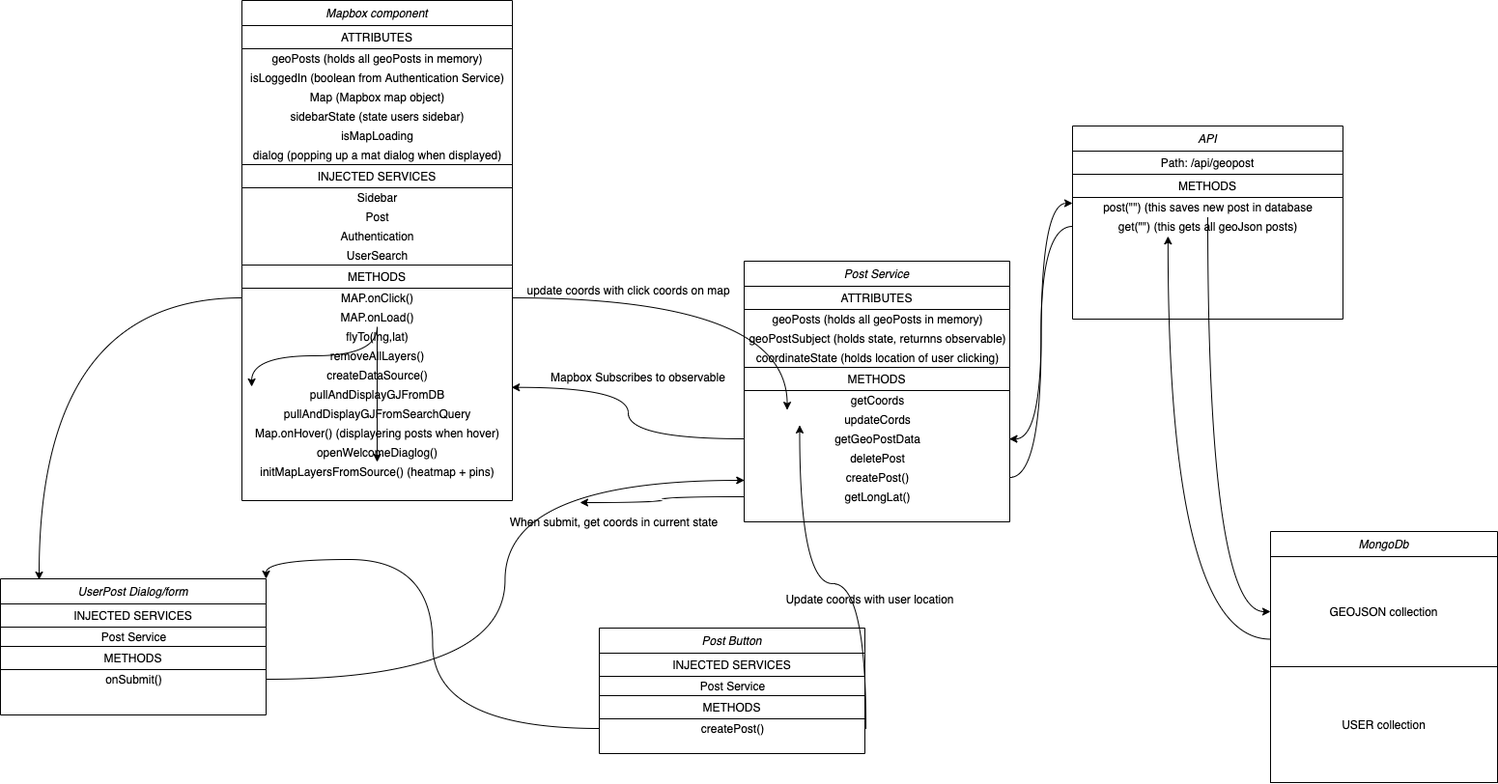
Above: supporting_images/post.png in edysfy/Group_website (draw.io), before the change. Source tidied: cells renumbered, new cells last; positions are measured from the earlier drawing's top-left corner, leaving out a move shared by most shapes.
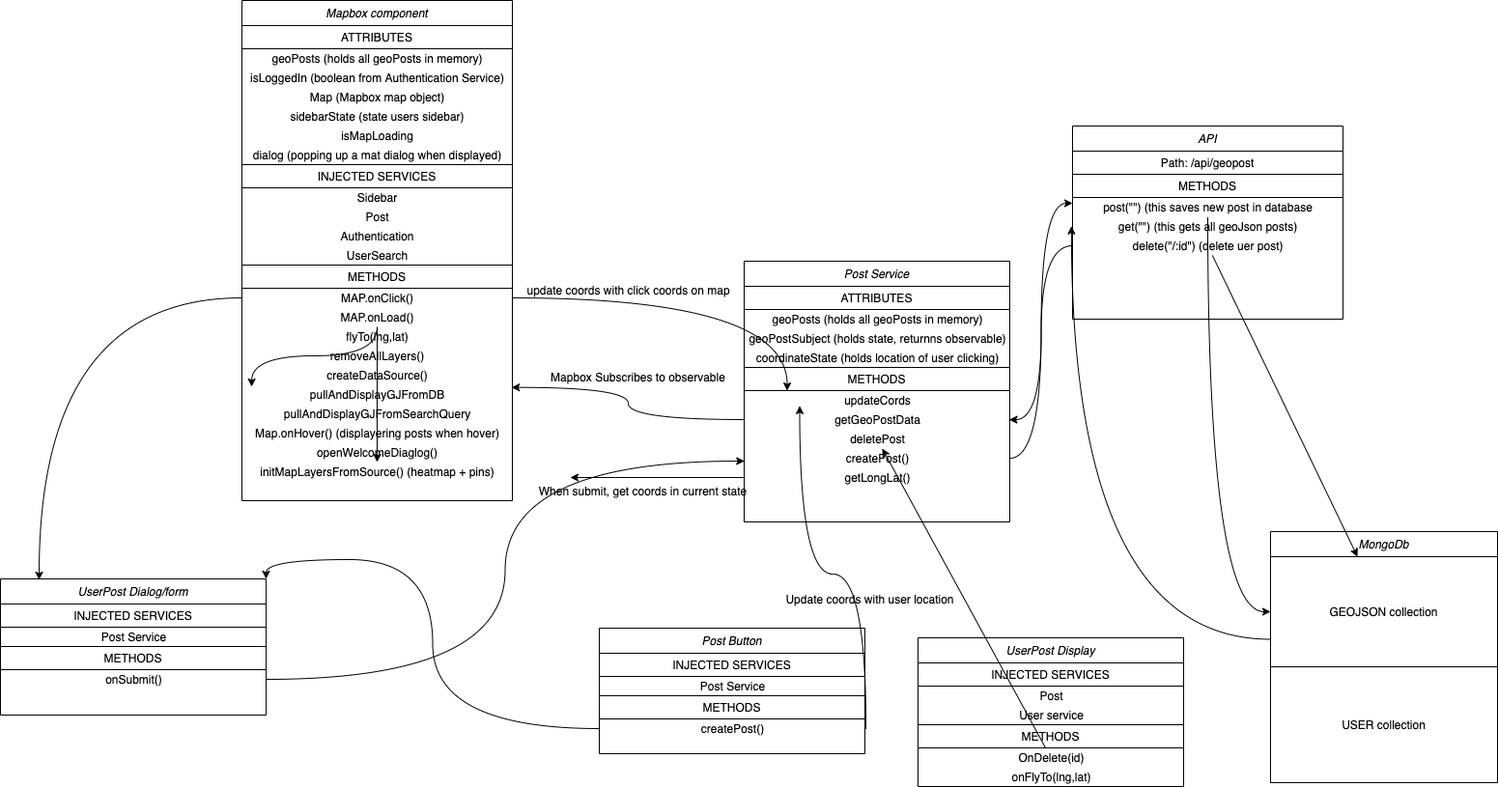
After the commit.

The edit, as a diff of the source:
```diff
@@ -20,23 +20,20 @@
     <mxCell id="7" value="METHODS" style="whiteSpace=wrap;html=1;align=center;" parent="2" vertex="1">
       <mxGeometry y="110" width="275" height="24" as="geometry" />
     </mxCell>
-    <mxCell id="8" value="getCoords" style="text;html=1;align=center;verticalAlign=middle;strokeColor=none;" parent="2" vertex="1">
-      <mxGeometry y="134" width="275" height="20" as="geometry" />
-    </mxCell>
     <mxCell id="9" value="updateCords" style="text;html=1;align=center;verticalAlign=middle;points=[];strokeColor=none;" parent="2" vertex="1">
-      <mxGeometry y="154" width="275" height="20" as="geometry" />
+      <mxGeometry y="134" width="275" height="20" as="geometry" />
     </mxCell>
     <mxCell id="10" value="getGeoPostData" style="text;html=1;align=center;verticalAlign=middle;points=[];strokeColor=none;" parent="2" vertex="1">
-      <mxGeometry y="174" width="275" height="20" as="geometry" />
+      <mxGeometry y="154" width="275" height="20" as="geometry" />
     </mxCell>
     <mxCell id="11" value="deletePost" style="text;html=1;align=center;verticalAlign=middle;points=[];strokeColor=none;" parent="2" vertex="1">
-      <mxGeometry y="194" width="275" height="20" as="geometry" />
+      <mxGeometry y="174" width="275" height="20" as="geometry" />
     </mxCell>
     <mxCell id="12" value="createPost()" style="text;html=1;align=center;verticalAlign=middle;points=[];strokeColor=none;" parent="2" vertex="1">
-      <mxGeometry y="214" width="275" height="20" as="geometry" />
+      <mxGeometry y="194" width="275" height="20" as="geometry" />
     </mxCell>
     <mxCell id="13" value="getLongLat()" style="text;html=1;align=center;verticalAlign=middle;points=[];strokeColor=none;" parent="2" vertex="1">
-      <mxGeometry y="234" width="275" height="20" as="geometry" />
+      <mxGeometry y="214" width="275" height="20" as="geometry" />
     </mxCell>
     <mxCell id="14" value="API" style="swimlane;fontStyle=2;align=center;verticalAlign=top;horizontal=1;startSize=26;rounded=0;shadow=0;strokeWidth=1;" parent="1" vertex="1">
       <mxGeometry x="1110" y="130" width="280" height="200" as="geometry" />
@@ -50,6 +47,12 @@
     <mxCell id="17" value="post(&quot;&quot;) (this saves new post in database" style="text;html=1;align=center;verticalAlign=middle;points=[];strokeColor=none;" parent="14" vertex="1">
       <mxGeometry y="74" width="280" height="20" as="geometry" />
     </mxCell>
+    <mxCell id="73" value="get(&quot;&quot;) (this gets all geoJson posts)" style="text;html=1;align=center;verticalAlign=middle;points=[];strokeColor=none;" parent="14" vertex="1">
+      <mxGeometry y="94" width="280" height="20" as="geometry" />
+    </mxCell>
+    <mxCell id="56" value="delete(&quot;/:id&quot;) (delete uer post)" style="text;html=1;align=center;verticalAlign=middle;points=[];strokeColor=none;" parent="14" vertex="1">
+      <mxGeometry y="114" width="280" height="20" as="geometry" />
+    </mxCell>
     <mxCell id="18" value="MongoDb" style="swimlane;fontStyle=2;align=center;verticalAlign=top;horizontal=1;startSize=26;rounded=0;shadow=0;strokeWidth=1;" parent="1" vertex="1">
       <mxGeometry x="1315" y="550" width="235" height="260" as="geometry" />
     </mxCell>
@@ -158,15 +161,12 @@
     <mxCell id="53" style="edgeStyle=orthogonalEdgeStyle;curved=1;rounded=0;jettySize=auto;html=1;entryX=0;entryY=0.5;entryDx=0;entryDy=0;align=center;" parent="1" edge="1" source="17" target="19">
       <mxGeometry relative="1" as="geometry" />
     </mxCell>
-    <mxCell id="54" style="edgeStyle=orthogonalEdgeStyle;curved=1;rounded=0;jettySize=auto;html=1;exitX=0;exitY=0.75;exitDx=0;exitDy=0;entryX=0.353;entryY=1.007;entryDx=0;entryDy=0;entryPerimeter=0;align=center;" parent="1" edge="1" source="19" target="56">
+    <mxCell id="54" style="edgeStyle=orthogonalEdgeStyle;curved=1;rounded=0;jettySize=auto;html=1;exitX=0;exitY=0.75;exitDx=0;exitDy=0;entryX=-0.004;entryY=0.486;entryDx=0;entryDy=0;entryPerimeter=0;align=center;" parent="1" edge="1" source="19" target="73">
       <mxGeometry relative="1" as="geometry" />
     </mxCell>
     <mxCell id="55" style="edgeStyle=orthogonalEdgeStyle;curved=1;rounded=0;jettySize=auto;html=1;entryX=0.998;entryY=0.507;entryDx=0;entryDy=0;entryPerimeter=0;align=center;" parent="1" edge="1" source="56" target="10">
       <mxGeometry relative="1" as="geometry" />
     </mxCell>
-    <mxCell id="56" value="get(&quot;&quot;) (this gets all geoJson posts)" style="text;html=1;align=center;verticalAlign=middle;points=[];strokeColor=none;" parent="1" vertex="1">
-      <mxGeometry x="1110" y="224" width="280" height="20" as="geometry" />
-    </mxCell>
     <mxCell id="57" style="edgeStyle=orthogonalEdgeStyle;curved=1;rounded=0;jettySize=auto;html=1;exitX=1.004;exitY=0.507;exitDx=0;exitDy=0;exitPerimeter=0;entryX=0.209;entryY=-0.207;entryDx=0;entryDy=0;entryPerimeter=0;align=center;" parent="1" edge="1" source="51" target="10">
       <mxGeometry relative="1" as="geometry" />
     </mxCell>
@@ -201,14 +201,14 @@
     </mxCell>
     <mxCell id="67" style="edgeStyle=orthogonalEdgeStyle;curved=1;rounded=0;jettySize=auto;html=1;align=center;" parent="1" edge="1" source="13">
       <mxGeometry relative="1" as="geometry">
-        <mxPoint x="600" y="520" as="targetPoint" />
+        <mxPoint x="590" y="494" as="targetPoint" />
       </mxGeometry>
     </mxCell>
     <mxCell id="68" style="edgeStyle=orthogonalEdgeStyle;curved=1;rounded=0;jettySize=auto;html=1;entryX=0;entryY=0.3;entryDx=0;entryDy=0;entryPerimeter=0;align=center;" parent="1" edge="1" source="12" target="17">
       <mxGeometry relative="1" as="geometry" />
     </mxCell>
     <mxCell id="69" value="When submit, get coords in current state" style="text;html=1;align=center;verticalAlign=middle;strokeColor=none;" parent="1" vertex="1">
-      <mxGeometry x="520" y="530" width="230" height="20" as="geometry" />
+      <mxGeometry x="550" y="498" width="230" height="20" as="geometry" />
     </mxCell>
     <mxCell id="70" value="Update coords with user location" style="text;html=1;align=center;verticalAlign=middle;strokeColor=none;" parent="1" vertex="1">
       <mxGeometry x="805" y="610" width="190" height="20" as="geometry" />
@@ -219,5 +219,32 @@
     <mxCell id="72" style="edgeStyle=orthogonalEdgeStyle;curved=1;rounded=0;jettySize=auto;html=1;entryX=0.997;entryY=0.136;entryDx=0;entryDy=0;entryPerimeter=0;align=center;" parent="1" edge="1" source="10" target="42">
       <mxGeometry relative="1" as="geometry" />
     </mxCell>
+    <mxCell id="74" value="UserPost Display" style="swimlane;fontStyle=2;align=center;verticalAlign=top;horizontal=1;startSize=26;rounded=0;shadow=0;strokeWidth=1;" parent="1" vertex="1">
+      <mxGeometry x="950" y="660" width="275" height="154" as="geometry" />
+    </mxCell>
+    <mxCell id="75" value="INJECTED SERVICES" style="whiteSpace=wrap;html=1;align=center;" parent="74" vertex="1">
+      <mxGeometry y="26" width="275" height="24" as="geometry" />
+    </mxCell>
+    <mxCell id="76" value="Post" style="text;html=1;align=center;verticalAlign=middle;strokeColor=none;" parent="74" vertex="1">
+      <mxGeometry y="50" width="275" height="20" as="geometry" />
+    </mxCell>
+    <mxCell id="77" value="User service" style="text;html=1;align=center;verticalAlign=middle;strokeColor=none;" parent="74" vertex="1">
+      <mxGeometry y="70" width="275" height="20" as="geometry" />
+    </mxCell>
+    <mxCell id="78" value="METHODS" style="whiteSpace=wrap;html=1;align=center;" parent="74" vertex="1">
+      <mxGeometry y="90" width="275" height="24" as="geometry" />
+    </mxCell>
+    <mxCell id="79" value="OnDelete(id)" style="text;html=1;align=center;verticalAlign=middle;points=[];strokeColor=none;" parent="74" vertex="1">
+      <mxGeometry y="114" width="275" height="20" as="geometry" />
+    </mxCell>
+    <mxCell id="80" value="onFlyTo(lng,lat)" style="text;html=1;align=center;verticalAlign=middle;strokeColor=none;" parent="74" vertex="1">
+      <mxGeometry y="134" width="275" height="20" as="geometry" />
+    </mxCell>
+    <mxCell id="81" style="edgeStyle=none;rounded=0;jettySize=auto;html=1;align=center;" parent="1" edge="1" source="79" target="11">
+      <mxGeometry relative="1" as="geometry" />
+    </mxCell>
+    <mxCell id="82" style="edgeStyle=none;rounded=0;jettySize=auto;html=1;align=center;" parent="1" edge="1" source="56" target="19">
+      <mxGeometry relative="1" as="geometry" />
+    </mxCell>
   </root>
 </mxGraphModel>
```
